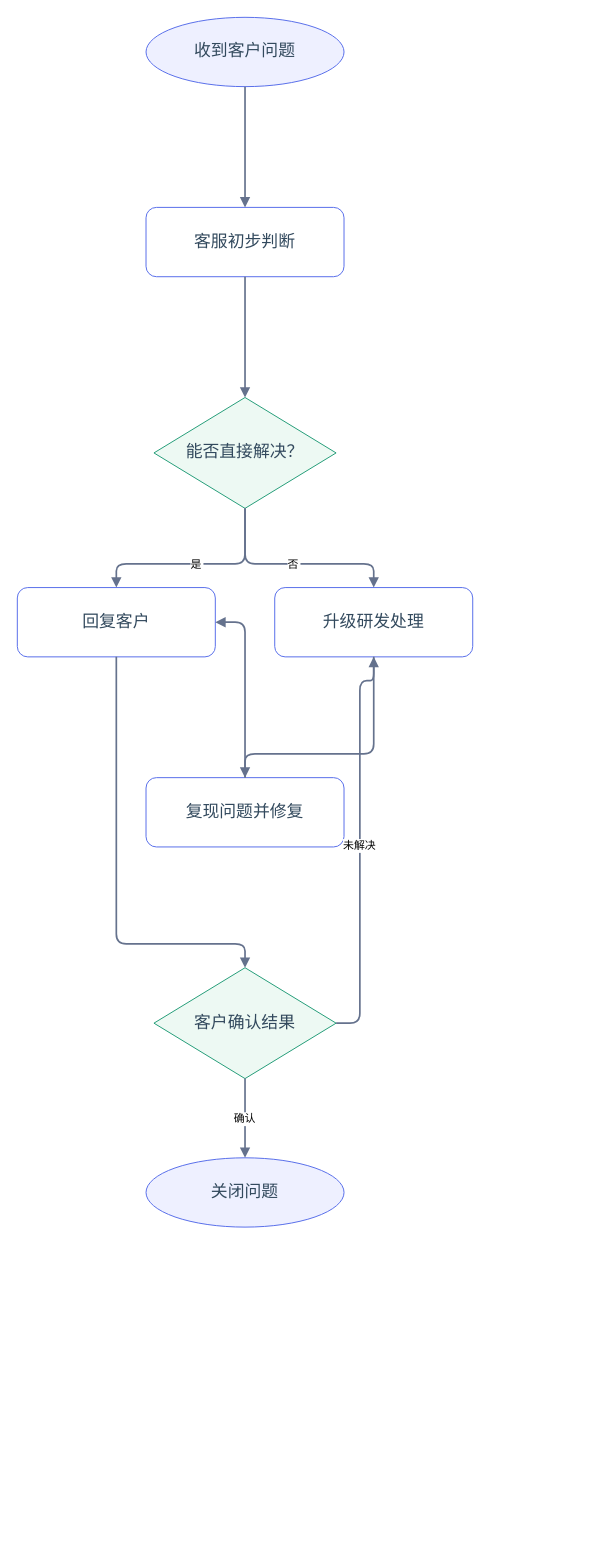
Before: examples/flowchart.drawio in beidaomitu233/FlyMind, a draw.io diagram. Source tidied: cells renumbered, new cells numbered last; positions are measured from the earlier drawing's top-left corner, leaving out a move shared by most shapes. Both pictures are drawn from the tidied source at 99%, with x=0, y=0 at pixel (17, 17).
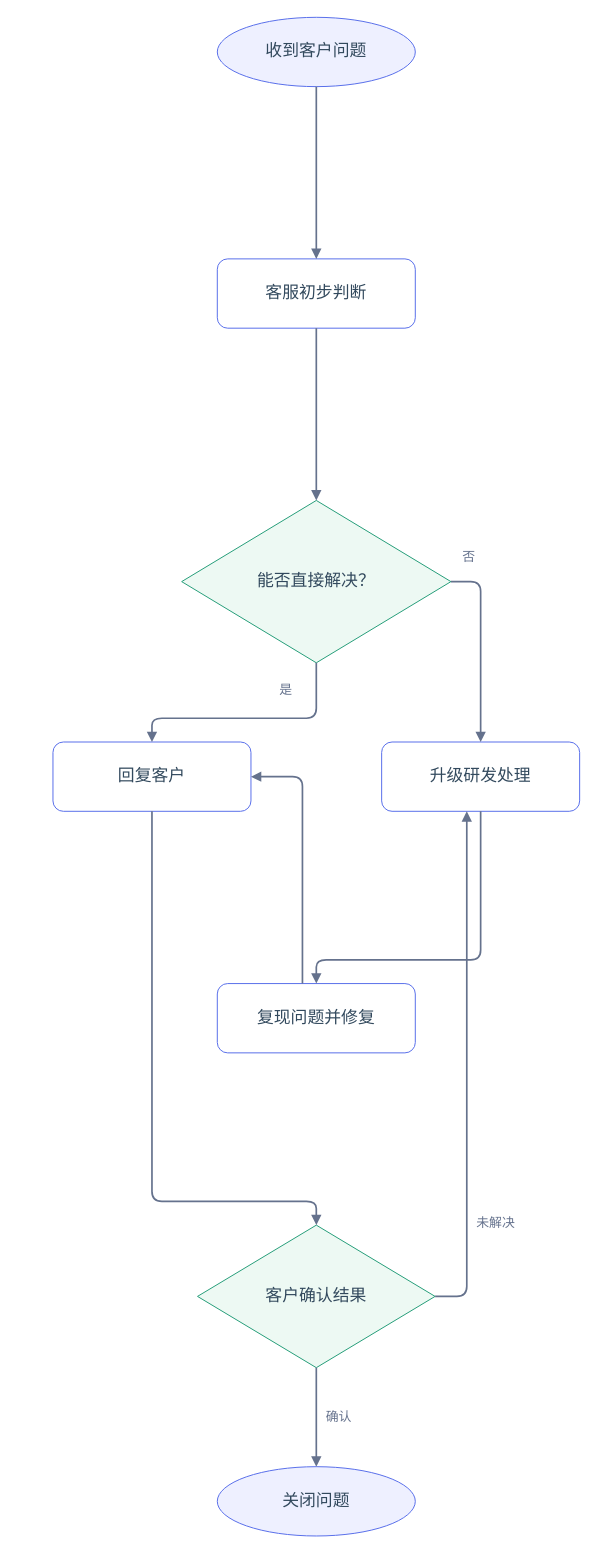
Above is the later version.

Change to the diagram source:
```diff
@@
-    <mxCell id="2" value="收到客户问题" style="ellipse;whiteSpace=wrap;html=0;fillColor=#eef0ff;strokeColor=#596fea;fontColor=#32495d;fontSize=17;" parent="1" vertex="1">
-      <mxGeometry x="130" width="200" height="70" as="geometry" />
+    <mxCell id="2" value="收到客户问题" style="ellipse;fillColor=#eef0ff;strokeColor=#596fea;whiteSpace=wrap;html=0;fontColor=#32495d;fontSize=17;" parent="1" vertex="1">
+      <mxGeometry x="202" width="200" height="70" as="geometry" />
     </mxCell>
-    <mxCell id="3" value="客服初步判断" style="rounded=1;whiteSpace=wrap;html=0;fillColor=#fff;strokeColor=#596fea;fontColor=#32495d;fontSize=17;" parent="1" vertex="1">
-      <mxGeometry x="130" y="192" width="200" height="70" as="geometry" />
+    <mxCell id="3" value="客服初步判断" style="rounded=1;fillColor=#fff;strokeColor=#596fea;whiteSpace=wrap;html=0;fontColor=#32495d;fontSize=17;" parent="1" vertex="1">
+      <mxGeometry x="202" y="244" width="200" height="70" as="geometry" />
     </mxCell>
-    <mxCell id="4" value="能否直接解决？" style="rhombus;whiteSpace=wrap;html=0;fillColor=#edf9f3;strokeColor=#259d79;fontColor=#32495d;fontSize=17;" parent="1" vertex="1">
-      <mxGeometry x="138" y="384" width="184" height="112" as="geometry" />
+    <mxCell id="4" value="能否直接解决？" style="rhombus;fillColor=#edf9f3;strokeColor=#259d79;whiteSpace=wrap;html=0;fontColor=#32495d;fontSize=17;" parent="1" vertex="1">
+      <mxGeometry x="166" y="488" width="272" height="164" as="geometry" />
     </mxCell>
-    <mxCell id="5" value="回复客户" style="rounded=1;whiteSpace=wrap;html=0;fillColor=#fff;strokeColor=#596fea;fontColor=#32495d;fontSize=17;" parent="1" vertex="1">
-      <mxGeometry y="576" width="200" height="70" as="geometry" />
+    <mxCell id="5" value="回复客户" style="rounded=1;fillColor=#fff;strokeColor=#596fea;whiteSpace=wrap;html=0;fontColor=#32495d;fontSize=17;" parent="1" vertex="1">
+      <mxGeometry x="36" y="732" width="200" height="70" as="geometry" />
     </mxCell>
-    <mxCell id="6" value="升级研发处理" style="rounded=1;whiteSpace=wrap;html=0;fillColor=#fff;strokeColor=#596fea;fontColor=#32495d;fontSize=17;" parent="1" vertex="1">
-      <mxGeometry x="260" y="576" width="200" height="70" as="geometry" />
+    <mxCell id="6" value="升级研发处理" style="rounded=1;fillColor=#fff;strokeColor=#596fea;whiteSpace=wrap;html=0;fontColor=#32495d;fontSize=17;" parent="1" vertex="1">
+      <mxGeometry x="368" y="732" width="200" height="70" as="geometry" />
     </mxCell>
-    <mxCell id="7" value="复现问题并修复" style="rounded=1;whiteSpace=wrap;html=0;fillColor=#fff;strokeColor=#596fea;fontColor=#32495d;fontSize=17;" parent="1" vertex="1">
-      <mxGeometry x="130" y="768" width="200" height="70" as="geometry" />
+    <mxCell id="7" value="复现问题并修复" style="rounded=1;fillColor=#fff;strokeColor=#596fea;whiteSpace=wrap;html=0;fontColor=#32495d;fontSize=17;" parent="1" vertex="1">
+      <mxGeometry x="202" y="976" width="200" height="70" as="geometry" />
     </mxCell>
-    <mxCell id="8" value="客户确认结果" style="rhombus;whiteSpace=wrap;html=0;fillColor=#edf9f3;strokeColor=#259d79;fontColor=#32495d;fontSize=17;" parent="1" vertex="1">
-      <mxGeometry x="138" y="960" width="184" height="112" as="geometry" />
+    <mxCell id="8" value="客户确认结果" style="rhombus;fillColor=#edf9f3;strokeColor=#259d79;whiteSpace=wrap;html=0;fontColor=#32495d;fontSize=17;" parent="1" vertex="1">
+      <mxGeometry x="182" y="1220" width="240" height="144" as="geometry" />
     </mxCell>
-    <mxCell id="9" value="关闭问题" style="ellipse;whiteSpace=wrap;html=0;fillColor=#eef0ff;strokeColor=#596fea;fontColor=#32495d;fontSize=17;" parent="1" vertex="1">
-      <mxGeometry x="130" y="1152" width="200" height="70" as="geometry" />
+    <mxCell id="9" value="关闭问题" style="ellipse;fillColor=#eef0ff;strokeColor=#596fea;whiteSpace=wrap;html=0;fontColor=#32495d;fontSize=17;" parent="1" vertex="1">
+      <mxGeometry x="202" y="1464" width="200" height="70" as="geometry" />
     </mxCell>
@@
-    <mxCell id="12" value="是" style="exitX=0.5;exitY=1;entryX=0.5;entryY=0;rounded=1;html=0;endArrow=block;startArrow=none;strokeWidth=1.7;strokeColor=#65728d;dashed=0;" parent="1" edge="1" source="4" target="5">
+    <mxCell id="12" style="exitX=0.5;exitY=1;entryX=0.5;entryY=0;whiteSpace=wrap;labelWidth=31;fontSize=13;labelBackgroundColor=#ffffff;rounded=1;html=0;endArrow=block;startArrow=none;strokeWidth=1.7;strokeColor=#65728d;dashed=0;" parent="1" edge="1" source="4" target="5">
       <mxGeometry relative="1" as="geometry">
         <Array as="points">
-          <mxPoint x="230" y="552" />
-          <mxPoint x="100" y="552" />
+          <mxPoint x="302" y="708" />
+          <mxPoint x="136" y="708" />
         </Array>
+        <mxPoint x="43.5" y="-28" as="offset" />
       </mxGeometry>
     </mxCell>
-    <mxCell id="13" value="否" style="exitX=0.5;exitY=1;entryX=0.5;entryY=0;rounded=1;html=0;endArrow=block;startArrow=none;strokeWidth=1.7;strokeColor=#65728d;dashed=0;" parent="1" edge="1" source="4" target="6">
+    <mxCell id="13" style="exitX=1;exitY=0.5;entryX=0.5;entryY=0;whiteSpace=wrap;labelWidth=31;fontSize=13;labelBackgroundColor=#ffffff;rounded=1;html=0;endArrow=block;startArrow=none;strokeWidth=1.7;strokeColor=#65728d;dashed=0;" parent="1" edge="1" source="4" target="6">
       <mxGeometry relative="1" as="geometry">
         <Array as="points">
-          <mxPoint x="230" y="552" />
-          <mxPoint x="360" y="552" />
+          <mxPoint x="468" y="570" />
         </Array>
+        <mxPoint x="-4.5" y="-89.4" as="offset" />
       </mxGeometry>
     </mxCell>
     <mxCell id="14" style="exitX=0.5;exitY=1;entryX=0.5;entryY=0;rounded=1;html=0;endArrow=block;startArrow=none;strokeWidth=1.7;strokeColor=#65728d;dashed=0;" parent="1" edge="1" source="6" target="7">
       <mxGeometry relative="1" as="geometry">
         <Array as="points">
-          <mxPoint x="360" y="744" />
-          <mxPoint x="230" y="744" />
+          <mxPoint x="468" y="952" />
+          <mxPoint x="302" y="952" />
         </Array>
       </mxGeometry>
     </mxCell>
-    <mxCell id="15" style="exitX=0.5;exitY=0;entryX=1;entryY=0.5;rounded=1;html=0;endArrow=block;startArrow=none;strokeWidth=1.7;strokeColor=#65728d;dashed=0;" parent="1" edge="1" source="7" target="5">
+    <mxCell id="15" style="exitX=0.43;exitY=0;entryX=1;entryY=0.5;rounded=1;html=0;endArrow=block;startArrow=none;strokeWidth=1.7;strokeColor=#65728d;dashed=0;" parent="1" edge="1" source="7" target="5">
       <mxGeometry relative="1" as="geometry">
         <Array as="points">
-          <mxPoint x="230" y="611" />
+          <mxPoint x="288" y="767" />
         </Array>
       </mxGeometry>
     </mxCell>
     <mxCell id="16" style="exitX=0.5;exitY=1;entryX=0.5;entryY=0;rounded=1;html=0;endArrow=block;startArrow=none;strokeWidth=1.7;strokeColor=#65728d;dashed=0;" parent="1" edge="1" source="5" target="8">
       <mxGeometry relative="1" as="geometry">
         <Array as="points">
-          <mxPoint x="100" y="936" />
-          <mxPoint x="230" y="936" />
+          <mxPoint x="136" y="1196" />
+          <mxPoint x="302" y="1196" />
         </Array>
       </mxGeometry>
     </mxCell>
-    <mxCell id="17" value="确认" style="exitX=0.5;exitY=1;entryX=0.5;entryY=0;rounded=1;html=0;endArrow=block;startArrow=none;strokeWidth=1.7;strokeColor=#65728d;dashed=0;" parent="1" edge="1" source="8" target="9">
-      <mxGeometry relative="1" as="geometry" />
+    <mxCell id="17" style="exitX=0.5;exitY=1;entryX=0.5;entryY=0;whiteSpace=wrap;labelWidth=44;fontSize=13;labelBackgroundColor=#ffffff;rounded=1;html=0;endArrow=block;startArrow=none;strokeWidth=1.7;strokeColor=#65728d;dashed=0;" parent="1" edge="1" source="8" target="9">
+      <mxGeometry relative="1" as="geometry">
+        <mxPoint x="30" as="offset" />
+      </mxGeometry>
     </mxCell>
-    <mxCell id="18" value="未解决" style="exitX=1;exitY=0.5;entryX=0.5;entryY=1;rounded=1;html=0;endArrow=block;startArrow=none;strokeWidth=1.7;strokeColor=#65728d;dashed=0;" parent="1" edge="1" source="8" target="6">
+    <mxCell id="18" style="exitX=1;exitY=0.5;entryX=0.43;entryY=1;whiteSpace=wrap;labelWidth=57;fontSize=13;labelBackgroundColor=#ffffff;rounded=1;html=0;endArrow=block;startArrow=none;strokeWidth=1.7;strokeColor=#65728d;dashed=0;" parent="1" edge="1" source="8" target="6">
       <mxGeometry relative="1" as="geometry">
         <Array as="points">
-          <mxPoint x="346" y="1016" />
-          <mxPoint x="346" y="670" />
-          <mxPoint x="360" y="670" />
+          <mxPoint x="454" y="1292" />
         </Array>
+        <mxPoint x="36.5" y="155.5" as="offset" />
       </mxGeometry>
     </mxCell>
+    <mxCell id="19" value="是" style="text;html=0;whiteSpace=wrap;fillColor=#ffffff;strokeColor=none;fontColor=#65728d;fontSize=13;" parent="1" vertex="1">
+      <mxGeometry x="263" y="664.6" width="31" height="30.8" as="geometry" />
+    </mxCell>
+    <mxCell id="20" value="否" style="text;html=0;whiteSpace=wrap;fillColor=#ffffff;strokeColor=none;fontColor=#65728d;fontSize=13;" parent="1" vertex="1">
+      <mxGeometry x="448" y="531.2" width="31" height="30.8" as="geometry" />
+    </mxCell>
+    <mxCell id="21" value="确认" style="text;html=0;whiteSpace=wrap;fillColor=#ffffff;strokeColor=none;fontColor=#65728d;fontSize=13;" parent="1" vertex="1">
+      <mxGeometry x="310" y="1398.6" width="44" height="30.8" as="geometry" />
+    </mxCell>
+    <mxCell id="22" value="未解决" style="text;html=0;whiteSpace=wrap;fillColor=#ffffff;strokeColor=none;fontColor=#65728d;fontSize=13;" parent="1" vertex="1">
+      <mxGeometry x="462" y="1203.1" width="57" height="30.8" as="geometry" />
+    </mxCell>
```
